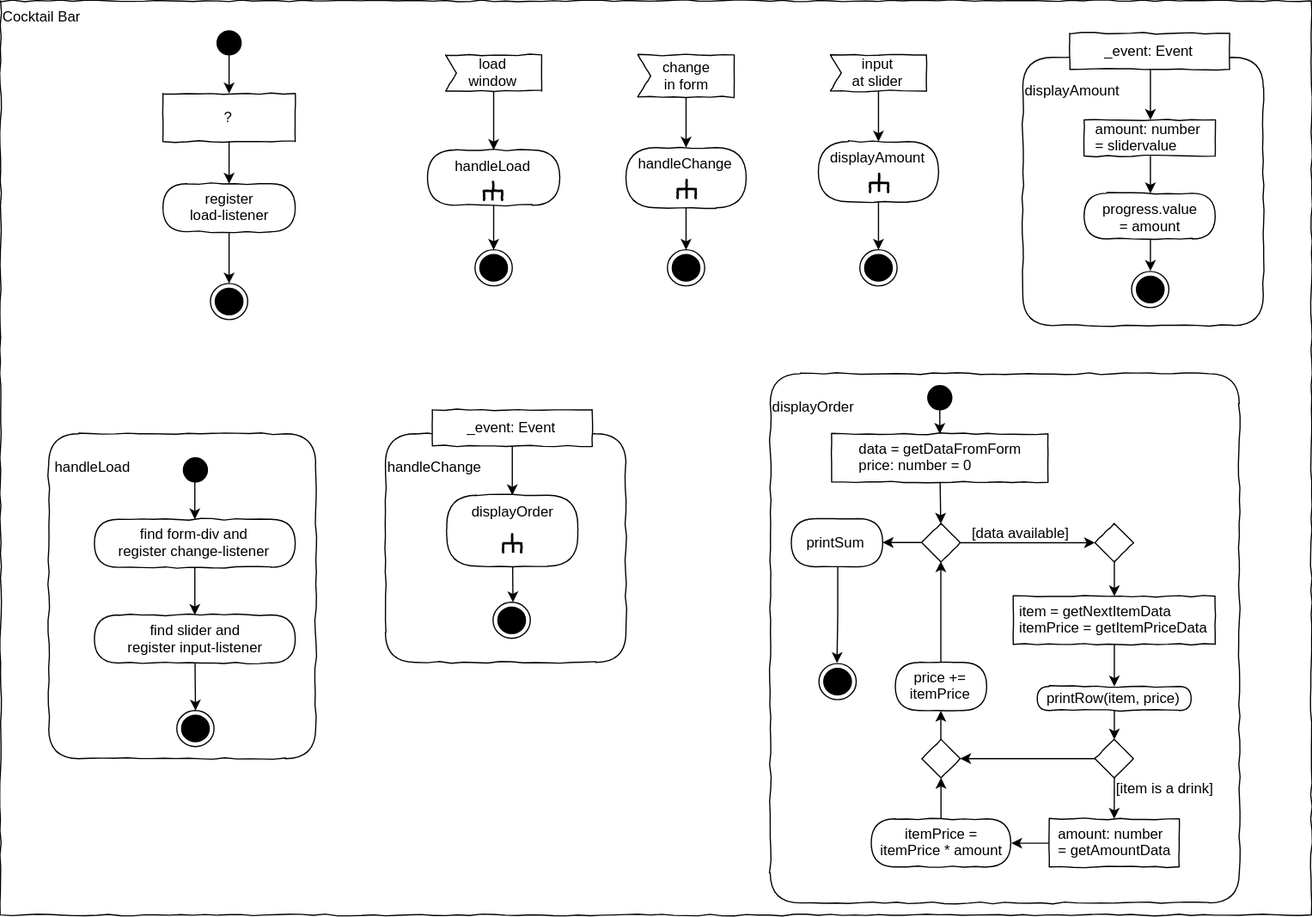
Before: L03_FormElements/Material/draw.io/Activity.svg, a diagram exported from draw.io (JirkaDellOro/EIA2-Inverted). Source tidied: cells renumbered, new cells last; positions are measured from the earlier drawing's top-left corner, leaving out a move shared by most shapes.
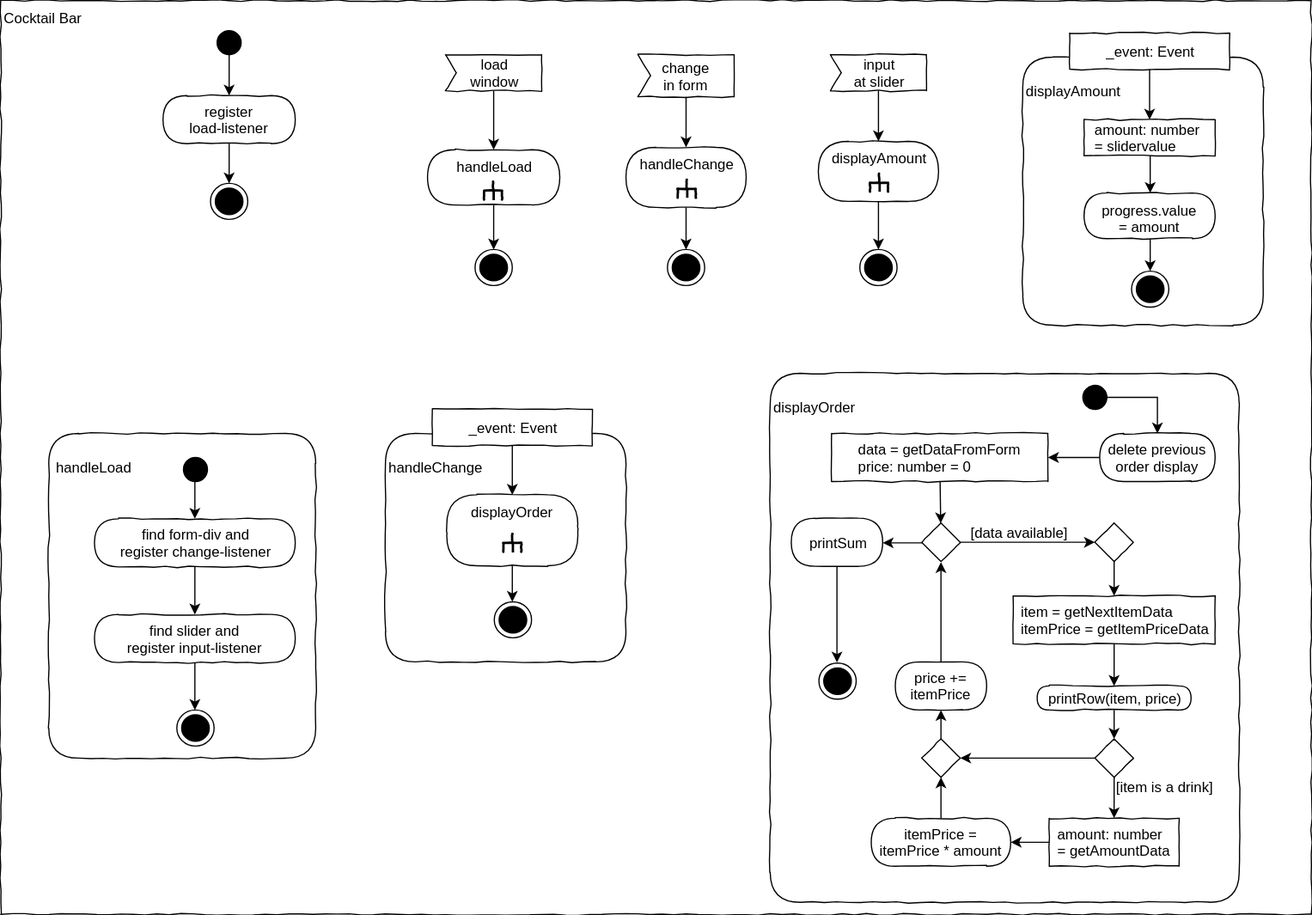
Above is the later version.

What changed in the source:
```diff
@@ -72,23 +72,17 @@
       <mxGeometry x="180" y="25" width="20" height="20" as="geometry" />
     </mxCell>
     <mxCell id="25" style="ellipse;html=1;shape=endState;fillColor=#000000;strokeColor=#000000;comic=1;align=center;" parent="1" vertex="1">
-      <mxGeometry x="174.5" y="235" width="31" height="30" as="geometry" />
+      <mxGeometry x="174.5" y="152" width="31" height="30" as="geometry" />
     </mxCell>
     <mxCell id="26" style="edgeStyle=none;rounded=0;jettySize=auto;html=1;" parent="1" edge="1" source="29" target="25">
       <mxGeometry relative="1" as="geometry" />
     </mxCell>
-    <mxCell id="27" value="&lt;div&gt;?&lt;/div&gt;" style="rounded=0;whiteSpace=wrap;html=1;comic=1;align=center;" parent="1" vertex="1">
-      <mxGeometry x="135" y="77" width="110" height="40" as="geometry" />
-    </mxCell>
-    <mxCell id="28" style="edgeStyle=none;rounded=0;jettySize=auto;html=1;" parent="1" edge="1" source="24" target="27">
+    <mxCell id="28" style="edgeStyle=none;rounded=0;jettySize=auto;html=1;" parent="1" edge="1" source="24" target="29">
       <mxGeometry relative="1" as="geometry" />
     </mxCell>
     <mxCell id="29" value="register &lt;br&gt;load-listener" style="rounded=1;whiteSpace=wrap;html=1;absoluteArcSize=1;arcSize=50;strokeWidth=1;shadow=0;comic=1;align=center;" parent="1" vertex="1">
-      <mxGeometry x="135" y="152" width="110" height="40" as="geometry" />
+      <mxGeometry x="135" y="79" width="110" height="40" as="geometry" />
     </mxCell>
-    <mxCell id="30" style="edgeStyle=none;rounded=0;jettySize=auto;html=1;" parent="1" edge="1" source="27" target="29">
-      <mxGeometry relative="1" as="geometry" />
-    </mxCell>
     <mxCell id="31" style="edgeStyle=none;rounded=0;jettySize=auto;html=1;" parent="1" edge="1" target="x">
       <mxGeometry relative="1" as="geometry">
         <mxPoint x="950" y="370" as="sourcePoint" />
@@ -107,8 +101,12 @@
     <mxCell id="34" value="&lt;div style=&quot;text-align: left&quot;&gt;&lt;br&gt;&lt;/div&gt;&lt;div style=&quot;text-align: left&quot;&gt;displayOrder&lt;/div&gt;" style="rounded=1;whiteSpace=wrap;html=1;shadow=0;glass=0;comic=1;strokeColor=#000000;labelPosition=center;verticalLabelPosition=middle;align=left;verticalAlign=top;absoluteArcSize=1;arcSize=50;" parent="1" vertex="1">
       <mxGeometry x="640" y="310" width="390" height="440" as="geometry" />
     </mxCell>
-    <mxCell id="35" style="edgeStyle=none;rounded=0;jettySize=auto;html=1;" parent="1" edge="1" source="62" target="36">
-      <mxGeometry relative="1" as="geometry" />
+    <mxCell id="35" style="edgeStyle=none;rounded=0;jettySize=auto;html=1;entryX=0.5;entryY=0;entryDx=0;entryDy=0;" parent="1" edge="1" source="62" target="92">
+      <mxGeometry relative="1" as="geometry">
+        <Array as="points">
+          <mxPoint x="962" y="330" />
+        </Array>
+      </mxGeometry>
     </mxCell>
     <mxCell id="36" value="&lt;div style=&quot;text-align: left&quot;&gt;data = getDataFromForm&lt;/div&gt;&lt;div style=&quot;text-align: left&quot;&gt;price: number = 0&lt;/div&gt;" style="rounded=0;whiteSpace=wrap;html=1;comic=1;align=center;" parent="1" vertex="1">
       <mxGeometry x="691" y="360" width="180" height="40" as="geometry" />
@@ -189,7 +187,7 @@
       <mxGeometry relative="1" as="geometry" />
     </mxCell>
     <mxCell id="62" style="ellipse;whiteSpace=wrap;html=1;rounded=0;shadow=0;comic=0;labelBackgroundColor=none;strokeColor=#000000;strokeWidth=1;fillColor=#000000;fontFamily=Verdana;fontSize=12;fontColor=#000000;align=center;comic=1;" parent="1" vertex="1">
-      <mxGeometry x="771" y="320" width="20" height="20" as="geometry" />
+      <mxGeometry x="900" y="320" width="20" height="20" as="geometry" />
     </mxCell>
     <mxCell id="63" style="edgeStyle=none;rounded=0;jettySize=auto;html=1;" parent="1" edge="1" source="36" target="67">
       <mxGeometry relative="1" as="geometry" />
@@ -277,5 +275,11 @@
     <mxCell id="90" style="edgeStyle=orthogonalEdgeStyle;rounded=0;jettySize=auto;html=1;" parent="1" edge="1" source="85" target="89">
       <mxGeometry relative="1" as="geometry" />
     </mxCell>
+    <mxCell id="91" style="edgeStyle=orthogonalEdgeStyle;rounded=0;jettySize=auto;html=1;entryX=1;entryY=0.5;entryDx=0;entryDy=0;" parent="1" edge="1" source="92" target="36">
+      <mxGeometry relative="1" as="geometry" />
+    </mxCell>
+    <mxCell id="92" value="delete previous&lt;br&gt;order display" style="rounded=1;whiteSpace=wrap;html=1;absoluteArcSize=1;arcSize=50;strokeWidth=1;shadow=0;comic=1;align=center;" parent="1" vertex="1">
+      <mxGeometry x="914" y="360" width="96" height="40" as="geometry" />
+    </mxCell>
   </root>
 </mxGraphModel>
```
